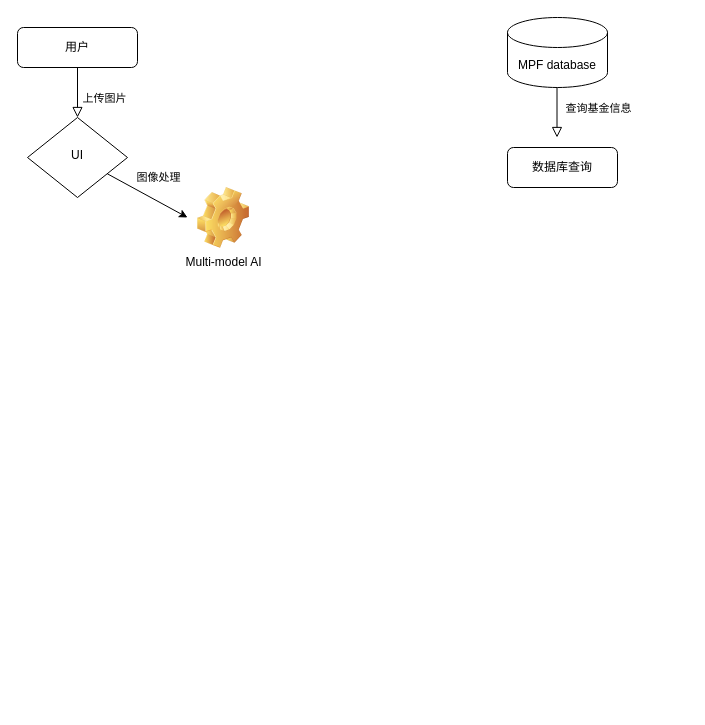
Earlier version of the draw.io diagram Untitled Diagram.drawio (l1ghtyagam1Jin/privatestorage). Source tidied: cells renumbered, new cells numbered last; positions are measured from the earlier drawing's top-left corner, leaving out a move shared by most shapes. Both pictures are drawn from the tidied source at 100%, with x=0, y=0 at pixel (17, 17).
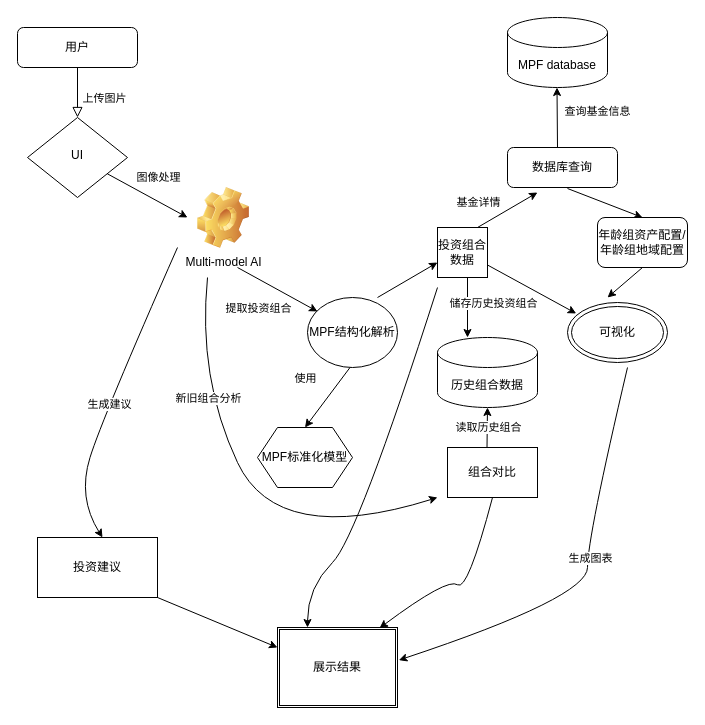
The same diagram, later.

Diff of the diagram source:
```diff
@@
-    <mxCell id="10" style="rounded=0;html=1;jettySize=auto;orthogonalLoop=1;fontSize=11;endArrow=block;endFill=0;endSize=8;strokeWidth=1;shadow=0;labelBackgroundColor=none;edgeStyle=orthogonalEdgeStyle;" parent="1" edge="1">
-      <mxGeometry relative="1" as="geometry">
-        <mxPoint x="539.5" y="70" as="sourcePoint" />
-        <mxPoint x="539.5" y="120" as="targetPoint" />
-      </mxGeometry>
-    </mxCell>
+    <mxCell id="12" value="数据库查询" style="rounded=1;whiteSpace=wrap;html=1;" parent="1" vertex="1">
+      <mxGeometry x="490" y="130" width="110" height="40" as="geometry" />
+    </mxCell>
+    <mxCell id="13" style="endArrow=classic;html=1;rounded=0;" parent="1" edge="1">
+      <mxGeometry relative="1" as="geometry">
+        <mxPoint x="460" y="210" as="sourcePoint" />
+        <mxPoint x="520" y="175" as="targetPoint" />
+      </mxGeometry>
+    </mxCell>
+    <mxCell id="14" value="基金详情" style="edgeLabel;html=1;align=center;verticalAlign=middle;" parent="13" vertex="1">
+      <mxGeometry x="-0.01" y="-2" relative="1" as="geometry">
+        <mxPoint x="-30" y="-10" as="offset" />
+      </mxGeometry>
+    </mxCell>
+    <mxCell id="15" value="投资组合数据" style="whiteSpace=wrap;html=1;" parent="1" vertex="1">
+      <mxGeometry x="420" y="210" width="50" height="50" as="geometry" />
+    </mxCell>
+    <mxCell id="16" value="MPF结构化解析" style="ellipse;whiteSpace=wrap;html=1;" parent="1" vertex="1">
+      <mxGeometry x="290" y="280" width="90" height="70" as="geometry" />
+    </mxCell>
+    <mxCell id="17" style="endArrow=classic;html=1;rounded=0;" parent="1" edge="1">
+      <mxGeometry relative="1" as="geometry">
+        <mxPoint x="360" y="280" as="sourcePoint" />
+        <mxPoint x="420" y="245" as="targetPoint" />
+      </mxGeometry>
+    </mxCell>
+    <mxCell id="18" style="endArrow=classic;html=1;rounded=0;" parent="1" edge="1">
+      <mxGeometry relative="1" as="geometry">
+        <mxPoint x="220" y="250" as="sourcePoint" />
+        <mxPoint x="300" y="294" as="targetPoint" />
+        <Array as="points">
+          <mxPoint x="300" y="294" />
+        </Array>
+      </mxGeometry>
+    </mxCell>
+    <mxCell id="19" value="提取投资组合" style="edgeLabel;html=1;align=center;verticalAlign=middle;" parent="18" vertex="1">
+      <mxGeometry x="0.08" y="-1" relative="1" as="geometry">
+        <mxPoint x="-22" y="16" as="offset" />
+      </mxGeometry>
+    </mxCell>
+    <mxCell id="20" value="MPF标准化模型" style="shape=hexagon;perimeter=hexagonPerimeter2;whiteSpace=wrap;html=1;fixedSize=1;" parent="1" vertex="1">
+      <mxGeometry x="240" y="410" width="95" height="60" as="geometry" />
+    </mxCell>
+    <mxCell id="21" style="endArrow=classic;html=1;rounded=0;entryX=0.5;entryY=0;entryDx=0;entryDy=0;" parent="1" edge="1" target="20">
+      <mxGeometry relative="1" as="geometry">
+        <mxPoint x="332.5" y="350" as="sourcePoint" />
+      </mxGeometry>
+    </mxCell>
+    <mxCell id="22" value="使用" style="edgeLabel;html=1;align=center;verticalAlign=middle;" parent="21" vertex="1">
+      <mxGeometry x="-0.37" relative="1" as="geometry">
+        <mxPoint x="-31" y="-9" as="offset" />
+      </mxGeometry>
+    </mxCell>
+    <mxCell id="23" style="endArrow=classic;html=1;rounded=0;" parent="1" edge="1">
+      <mxGeometry relative="1" as="geometry">
+        <mxPoint x="540" y="130" as="sourcePoint" />
+        <mxPoint x="539.5" y="70" as="targetPoint" />
+      </mxGeometry>
+    </mxCell>
-    <mxCell id="11" value="查询基金信息" style="edgeLabel;html=1;align=center;verticalAlign=middle;" parent="10" vertex="1">
-      <mxGeometry x="0.2" y="-1" relative="1" as="geometry">
-        <mxPoint x="42" y="-10" as="offset" />
+    <mxCell id="11" value="查询基金信息" style="edgeLabel;html=1;align=center;verticalAlign=middle;" parent="23" vertex="1">
+      <mxGeometry x="0.19" y="-3" relative="1" as="geometry">
+        <mxPoint x="37" as="offset" />
       </mxGeometry>
     </mxCell>
-    <mxCell id="12" value="数据库查询" style="rounded=1;whiteSpace=wrap;html=1;" parent="1" vertex="1">
-      <mxGeometry x="490" y="130" width="110" height="40" as="geometry" />
-    </mxCell>
+    <mxCell id="24" value="历史组合数据" style="shape=cylinder3;whiteSpace=wrap;html=1;boundedLbl=1;backgroundOutline=1;size=15;" parent="1" vertex="1">
+      <mxGeometry x="420" y="320" width="100" height="70" as="geometry" />
+    </mxCell>
+    <mxCell id="25" style="endArrow=classic;html=1;rounded=0;" parent="1" edge="1">
+      <mxGeometry relative="1" as="geometry">
+        <mxPoint x="450" y="260" as="sourcePoint" />
+        <mxPoint x="450" y="320" as="targetPoint" />
+      </mxGeometry>
+    </mxCell>
+    <mxCell id="26" value="储存历史投资组合" style="edgeLabel;html=1;align=center;verticalAlign=middle;" parent="25" vertex="1">
+      <mxGeometry x="-0.49" y="1" relative="1" as="geometry">
+        <mxPoint x="24" y="10" as="offset" />
+      </mxGeometry>
+    </mxCell>
+    <mxCell id="27" style="endArrow=classic;html=1;rounded=0;" parent="1" edge="1">
+      <mxGeometry relative="1" as="geometry">
+        <mxPoint x="469.5" y="430" as="sourcePoint" />
+        <mxPoint x="470" y="390" as="targetPoint" />
+      </mxGeometry>
+    </mxCell>
+    <mxCell id="28" value="读取历史组合" style="edgeLabel;html=1;align=center;verticalAlign=middle;" parent="27" vertex="1">
+      <mxGeometry x="0.03" y="-1" relative="1" as="geometry" />
+    </mxCell>
+    <mxCell id="29" value="组合对比" style="rounded=0;whiteSpace=wrap;html=1;" parent="1" vertex="1">
+      <mxGeometry x="430" y="430" width="90" height="50" as="geometry" />
+    </mxCell>
+    <mxCell id="30" style="curved=1;endArrow=classic;html=1;rounded=0;" parent="1" edge="1">
+      <mxGeometry relative="1" as="geometry">
+        <mxPoint x="190" y="260" as="sourcePoint" />
+        <mxPoint x="420" y="480" as="targetPoint" />
+        <Array as="points">
+          <mxPoint x="180" y="360" />
+          <mxPoint x="260" y="530" />
+        </Array>
+      </mxGeometry>
+    </mxCell>
+    <mxCell id="31" value="新旧组合分析" style="edgeLabel;html=1;align=center;verticalAlign=middle;" parent="30" vertex="1">
+      <mxGeometry x="-0.22" y="-1" relative="1" as="geometry">
+        <mxPoint x="-22" y="-50" as="offset" />
+      </mxGeometry>
+    </mxCell>
+    <mxCell id="32" style="endArrow=classic;html=1;rounded=0;entryX=0.5;entryY=0;entryDx=0;entryDy=0;" parent="1" edge="1" target="33">
+      <mxGeometry relative="1" as="geometry">
+        <mxPoint x="550" y="171" as="sourcePoint" />
+      </mxGeometry>
+    </mxCell>
+    <mxCell id="33" value="年龄组资产配置/年龄组地域配置" style="rounded=1;whiteSpace=wrap;html=1;" parent="1" vertex="1">
+      <mxGeometry x="580" y="200" width="90" height="50" as="geometry" />
+    </mxCell>
+    <mxCell id="34" value="可视化" style="ellipse;shape=doubleEllipse;whiteSpace=wrap;html=1;" parent="1" vertex="1">
+      <mxGeometry x="550" y="285" width="100" height="60" as="geometry" />
+    </mxCell>
+    <mxCell id="35" style="endArrow=classic;html=1;rounded=0;entryX=0.087;entryY=0.183;entryDx=0;entryDy=0;entryPerimeter=0;exitX=1;exitY=0.75;exitDx=0;exitDy=0;" parent="1" edge="1" source="15" target="34">
+      <mxGeometry relative="1" as="geometry" />
+    </mxCell>
+    <mxCell id="36" style="endArrow=classic;html=1;rounded=0;exitX=0.5;exitY=1;exitDx=0;exitDy=0;" parent="1" edge="1" source="33">
+      <mxGeometry relative="1" as="geometry">
+        <mxPoint x="590" y="280" as="targetPoint" />
+      </mxGeometry>
+    </mxCell>
+    <mxCell id="37" value="展示结果" style="shape=ext;double=1;rounded=0;whiteSpace=wrap;html=1;" parent="1" vertex="1">
+      <mxGeometry x="260" y="610" width="120" height="80" as="geometry" />
+    </mxCell>
+    <mxCell id="38" style="curved=1;endArrow=classic;html=1;rounded=0;entryX=0.85;entryY=0.008;entryDx=0;entryDy=0;entryPerimeter=0;exitX=0.5;exitY=1;exitDx=0;exitDy=0;" parent="1" edge="1" source="29" target="37">
+      <mxGeometry relative="1" as="geometry">
+        <Array as="points">
+          <mxPoint x="450" y="574.5" />
+          <mxPoint x="430" y="560" />
+        </Array>
+      </mxGeometry>
+    </mxCell>
+    <mxCell id="39" style="curved=1;endArrow=classic;html=1;rounded=0;entryX=1.011;entryY=0.408;entryDx=0;entryDy=0;entryPerimeter=0;exitX=0.6;exitY=1.083;exitDx=0;exitDy=0;exitPerimeter=0;" parent="1" edge="1" source="34" target="37">
+      <mxGeometry relative="1" as="geometry">
+        <Array as="points">
+          <mxPoint x="570" y="520" />
+          <mxPoint x="570" y="580" />
+        </Array>
+      </mxGeometry>
+    </mxCell>
+    <mxCell id="40" value="生成图表" style="edgeLabel;html=1;align=center;verticalAlign=middle;" parent="39" vertex="1">
+      <mxGeometry x="-0.1" y="2" relative="1" as="geometry" />
+    </mxCell>
+    <mxCell id="41" style="curved=1;endArrow=classic;html=1;rounded=0;" parent="1" edge="1">
+      <mxGeometry relative="1" as="geometry">
+        <mxPoint x="160" y="230" as="sourcePoint" />
+        <mxPoint x="85" y="520" as="targetPoint" />
+        <Array as="points">
+          <mxPoint x="85" y="400" />
+          <mxPoint x="60" y="480" />
+        </Array>
+      </mxGeometry>
+    </mxCell>
+    <mxCell id="42" value="生成建议" style="edgeLabel;html=1;align=center;verticalAlign=middle;" parent="41" vertex="1">
+      <mxGeometry x="0.08" y="1" relative="1" as="geometry" />
+    </mxCell>
+    <mxCell id="43" value="投资建议" style="rounded=0;whiteSpace=wrap;html=1;" parent="1" vertex="1">
+      <mxGeometry x="20" y="520" width="120" height="60" as="geometry" />
+    </mxCell>
+    <mxCell id="44" style="endArrow=classic;html=1;rounded=0;exitX=1;exitY=1;exitDx=0;exitDy=0;entryX=0;entryY=0.25;entryDx=0;entryDy=0;" parent="1" edge="1" source="43" target="37">
+      <mxGeometry relative="1" as="geometry" />
+    </mxCell>
+    <mxCell id="45" style="curved=1;endArrow=classic;html=1;rounded=0;entryX=0.25;entryY=0;entryDx=0;entryDy=0;" parent="1" edge="1" target="37">
+      <mxGeometry relative="1" as="geometry">
+        <mxPoint x="420" y="270" as="sourcePoint" />
+        <Array as="points">
+          <mxPoint x="340" y="520" />
+          <mxPoint x="290" y="570" />
+        </Array>
+      </mxGeometry>
+    </mxCell>
```
